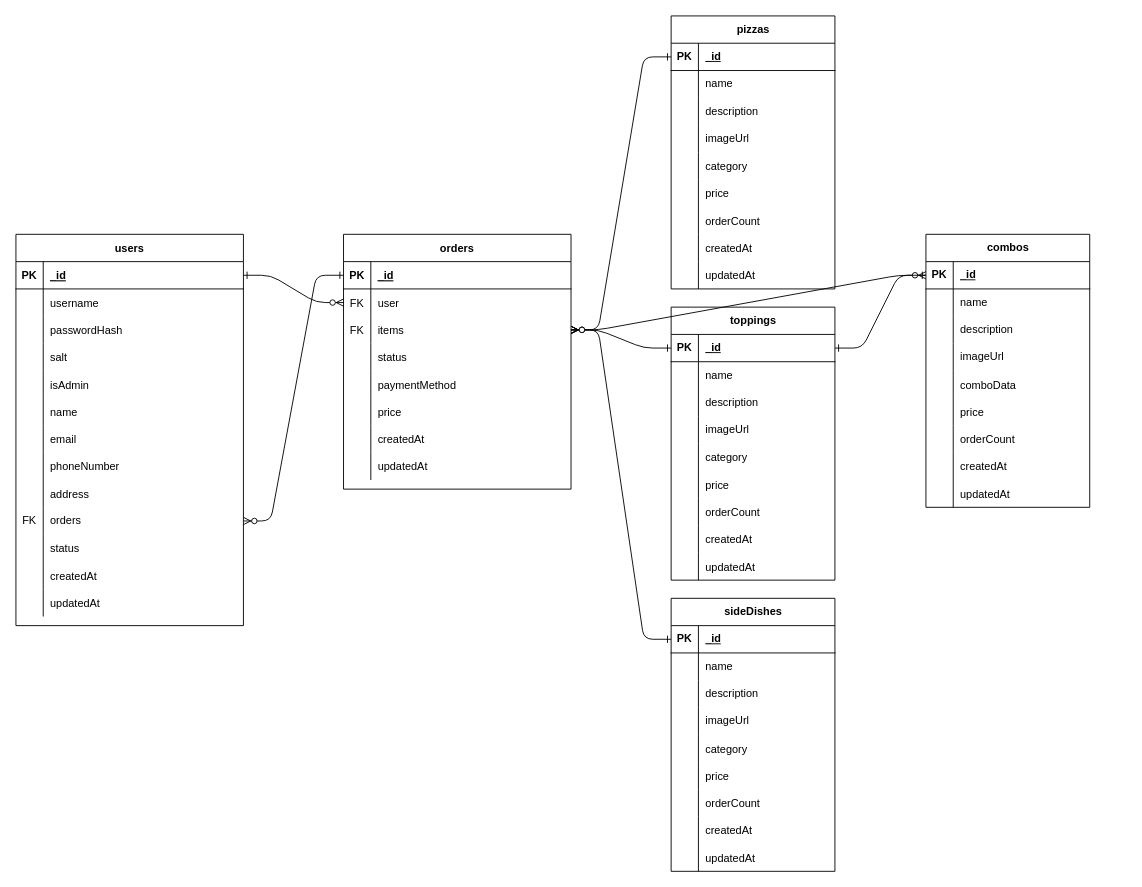
binonhq/PizzaHust keeps this draw.io diagram as api/diagrams/erd.drawio. Above is the earlier version. Source tidied: cells renumbered, new cells numbered last; positions are measured from the earlier drawing's top-left corner, leaving out a move shared by most shapes. Both pictures are drawn from the tidied source at 91%, with x=0, y=0 at pixel (15, 15).
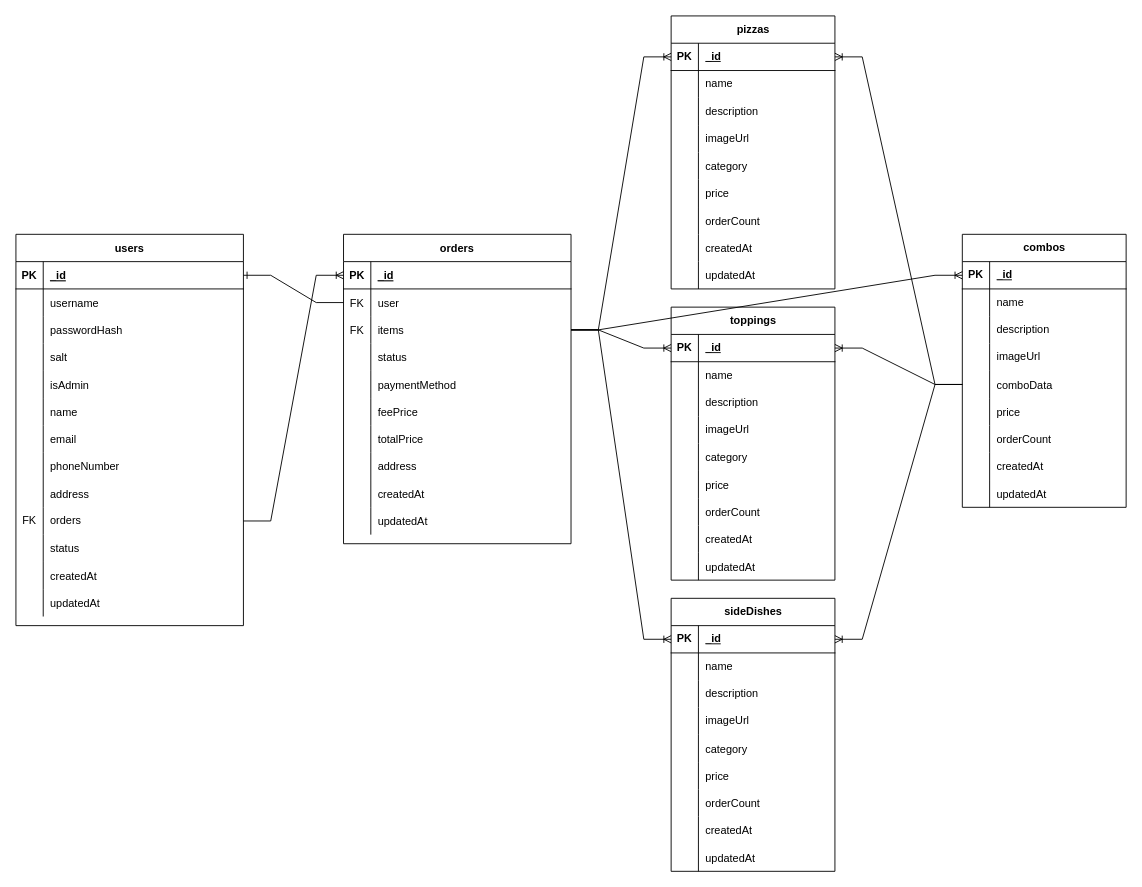
After the change.

Commit message:
modify database diagram

The change refers to these unchanged cells:
```xml
<mxCell id="4" style="shape=partialRectangle;fillColor=none;points=[[0,0.5],[1,0.5]];portConstraint=eastwest;top=0;left=0;right=0;bottom=1;" parent="3" vertex="1">
  <mxGeometry y="30" width="250" height="30" as="geometry" />
</mxCell>
<mxCell id="7" style="shape=partialRectangle;fillColor=none;points=[[0,0.5],[1,0.5]];portConstraint=eastwest;top=0;left=0;right=0;bottom=0;" parent="3" vertex="1">
  <mxGeometry y="60" width="250" height="30" as="geometry" />
</mxCell>
<mxCell id="10" style="shape=partialRectangle;fillColor=none;points=[[0,0.5],[1,0.5]];portConstraint=eastwest;top=0;left=0;right=0;bottom=0;" parent="3" vertex="1">
  <mxGeometry y="90" width="250" height="30" as="geometry" />
</mxCell>
<mxCell id="29" style="shape=partialRectangle;fillColor=none;points=[[0,0.5],[1,0.5]];portConstraint=eastwest;top=0;left=0;right=0;bottom=1;" parent="28" vertex="1">
  <mxGeometry y="30" width="250" height="30" as="geometry" />
</mxCell>
<mxCell id="56" style="shape=tableRow;horizontal=0;startSize=0;swimlaneHead=0;swimlaneBody=0;fillColor=none;points=[[0,0.5],[1,0.5]];portConstraint=eastwest;top=0;left=0;right=0;bottom=0;" parent="28" vertex="1">
  <mxGeometry y="300" width="250" height="30" as="geometry" />
</mxCell>
<mxCell id="70" style="shape=tableRow;horizontal=0;startSize=0;swimlaneHead=0;swimlaneBody=0;fillColor=none;points=[[0,0.5],[1,0.5]];portConstraint=eastwest;top=0;left=0;right=0;bottom=1;" parent="69" vertex="1">
  <mxGeometry y="30" width="180" height="30" as="geometry" />
</mxCell>
<mxCell id="99" style="shape=tableRow;horizontal=0;startSize=0;swimlaneHead=0;swimlaneBody=0;fillColor=none;points=[[0,0.5],[1,0.5]];portConstraint=eastwest;top=0;left=0;right=0;bottom=1;" parent="98" vertex="1">
  <mxGeometry y="30" width="180" height="30" as="geometry" />
</mxCell>
<mxCell id="127" style="shape=tableRow;horizontal=0;startSize=0;swimlaneHead=0;swimlaneBody=0;fillColor=none;points=[[0,0.5],[1,0.5]];portConstraint=eastwest;top=0;left=0;right=0;bottom=1;" parent="126" vertex="1">
  <mxGeometry y="30" width="180" height="30" as="geometry" />
</mxCell>
<mxCell id="155" style="shape=tableRow;horizontal=0;startSize=0;swimlaneHead=0;swimlaneBody=0;fillColor=none;points=[[0,0.5],[1,0.5]];portConstraint=eastwest;top=0;left=0;right=0;bottom=1;" parent="154" vertex="1">
  <mxGeometry y="30" width="180" height="30" as="geometry" />
</mxCell>
<mxCell id="167" style="shape=tableRow;horizontal=0;startSize=0;swimlaneHead=0;swimlaneBody=0;fillColor=none;points=[[0,0.5],[1,0.5]];portConstraint=eastwest;top=0;left=0;right=0;bottom=0;" parent="154" vertex="1">
  <mxGeometry y="150" width="180" height="30" as="geometry" />
</mxCell>
```

What changed in the source:
```diff
@@
-    <mxCell id="2" style="edgeStyle=entityRelationEdgeStyle;endArrow=ERzeroToMany;startArrow=ERone;endFill=1;startFill=0;exitX=1;exitY=0.5;exitDx=0;exitDy=0;" parent="1" edge="1" source="29" target="7">
-      <mxGeometry relative="1" as="geometry" />
-    </mxCell>
     <mxCell id="3" value="orders" style="shape=table;startSize=30;childLayout=tableLayout;rowLines=0;fontStyle=1;align=center;" parent="1" vertex="1">
-      <mxGeometry x="360" y="240" width="250" height="280" as="geometry" />
+      <mxGeometry x="360" y="240" width="250" height="340" as="geometry" />
     </mxCell>
@@
+    <mxCell id="186" style="shape=tableRow;horizontal=0;startSize=0;swimlaneHead=0;swimlaneBody=0;fillColor=none;top=0;left=0;right=0;bottom=0;" parent="3" vertex="1">
+      <mxGeometry y="180" width="250" height="30" as="geometry" />
+    </mxCell>
+    <mxCell id="187" style="shape=partialRectangle;fillColor=none;top=0;left=0;bottom=0;right=0;overflow=hidden;" parent="186" vertex="1">
+      <mxGeometry width="30" height="30" as="geometry" />
+    </mxCell>
+    <mxCell id="188" value="feePrice" style="shape=partialRectangle;fillColor=none;top=0;left=0;bottom=0;right=0;align=left;spacingLeft=6;overflow=hidden;" parent="186" vertex="1">
+      <mxGeometry x="30" width="220" height="30" as="geometry" />
+    </mxCell>
     <mxCell id="19" style="shape=tableRow;horizontal=0;startSize=0;swimlaneHead=0;swimlaneBody=0;fillColor=none;top=0;left=0;right=0;bottom=0;" parent="3" vertex="1">
-      <mxGeometry y="180" width="250" height="30" as="geometry" />
+      <mxGeometry y="210" width="250" height="30" as="geometry" />
     </mxCell>
@@
-    <mxCell id="21" value="price" style="shape=partialRectangle;fillColor=none;top=0;left=0;bottom=0;right=0;align=left;spacingLeft=6;overflow=hidden;" parent="19" vertex="1">
+    <mxCell id="21" value="totalPrice" style="shape=partialRectangle;fillColor=none;top=0;left=0;bottom=0;right=0;align=left;spacingLeft=6;overflow=hidden;" parent="19" vertex="1">
       <mxGeometry x="30" width="220" height="30" as="geometry" />
     </mxCell>
+    <mxCell id="189" style="shape=tableRow;horizontal=0;startSize=0;swimlaneHead=0;swimlaneBody=0;fillColor=none;top=0;left=0;right=0;bottom=0;" parent="3" vertex="1">
+      <mxGeometry y="240" width="250" height="30" as="geometry" />
+    </mxCell>
+    <mxCell id="190" style="shape=partialRectangle;fillColor=none;top=0;left=0;bottom=0;right=0;overflow=hidden;" parent="189" vertex="1">
+      <mxGeometry width="30" height="30" as="geometry" />
+    </mxCell>
+    <mxCell id="191" value="address" style="shape=partialRectangle;fillColor=none;top=0;left=0;bottom=0;right=0;align=left;spacingLeft=6;overflow=hidden;" parent="189" vertex="1">
+      <mxGeometry x="30" width="220" height="30" as="geometry" />
+    </mxCell>
     <mxCell id="22" style="shape=tableRow;horizontal=0;startSize=0;swimlaneHead=0;swimlaneBody=0;fillColor=none;top=0;left=0;right=0;bottom=0;" parent="3" vertex="1">
-      <mxGeometry y="210" width="250" height="30" as="geometry" />
+      <mxGeometry y="270" width="250" height="30" as="geometry" />
     </mxCell>
@@
     <mxCell id="25" style="shape=tableRow;horizontal=0;startSize=0;swimlaneHead=0;swimlaneBody=0;fillColor=none;top=0;left=0;right=0;bottom=0;" parent="3" vertex="1">
-      <mxGeometry y="240" width="250" height="30" as="geometry" />
+      <mxGeometry y="300" width="250" height="30" as="geometry" />
     </mxCell>
@@
-    <mxCell id="68" style="edgeStyle=entityRelationEdgeStyle;endArrow=ERzeroToMany;startArrow=ERone;endFill=1;startFill=0;exitX=0;exitY=0.5;exitDx=0;exitDy=0;entryX=1;entryY=0.5;entryDx=0;entryDy=0;" parent="1" edge="1" source="4" target="56">
-      <mxGeometry relative="1" as="geometry" />
-    </mxCell>
@@
-    <mxCell id="97" style="edgeStyle=entityRelationEdgeStyle;endArrow=ERzeroToMany;startArrow=ERone;endFill=1;startFill=0;exitX=0;exitY=0.5;exitDx=0;exitDy=0;entryX=1;entryY=0.5;entryDx=0;entryDy=0;" parent="1" edge="1" source="70" target="10">
-      <mxGeometry relative="1" as="geometry" />
-    </mxCell>
@@
     <mxCell id="154" value="combos" style="shape=table;startSize=30;childLayout=tableLayout;rowLines=0;fontStyle=1;align=center;html=1;" parent="1" vertex="1">
-      <mxGeometry x="1000" y="240" width="180" height="300" as="geometry" />
+      <mxGeometry x="1040" y="240" width="180" height="300" as="geometry" />
     </mxCell>
@@
-    <mxCell id="182" style="edgeStyle=entityRelationEdgeStyle;endArrow=ERzeroToMany;startArrow=ERone;endFill=1;startFill=0;entryX=1;entryY=0.5;entryDx=0;entryDy=0;exitX=0;exitY=0.5;exitDx=0;exitDy=0;" parent="1" edge="1" source="99" target="10">
-      <mxGeometry relative="1" as="geometry" />
-    </mxCell>
-    <mxCell id="183" style="edgeStyle=entityRelationEdgeStyle;endArrow=ERzeroToMany;startArrow=ERone;endFill=1;startFill=0;entryX=1;entryY=0.5;entryDx=0;entryDy=0;exitX=0;exitY=0.5;exitDx=0;exitDy=0;" parent="1" edge="1" source="127" target="10">
-      <mxGeometry relative="1" as="geometry" />
-    </mxCell>
-    <mxCell id="184" style="edgeStyle=entityRelationEdgeStyle;endArrow=ERzeroToMany;startArrow=ERone;endFill=1;startFill=0;entryX=0;entryY=0.5;entryDx=0;entryDy=0;exitX=1;exitY=0.5;exitDx=0;exitDy=0;" parent="1" edge="1" source="99" target="155">
-      <mxGeometry relative="1" as="geometry" />
-    </mxCell>
-    <mxCell id="185" style="edgeStyle=entityRelationEdgeStyle;endArrow=ERzeroToMany;startArrow=ERone;endFill=1;startFill=0;entryX=1;entryY=0.5;entryDx=0;entryDy=0;exitX=0;exitY=0.5;exitDx=0;exitDy=0;" parent="1" edge="1" source="155" target="10">
-      <mxGeometry relative="1" as="geometry" />
-    </mxCell>
+    <mxCell id="192" style="edgeStyle=entityRelationEdgeStyle;fontSize=12;html=1;endArrow=ERone;endFill=1;rounded=0;exitX=0;exitY=0.5;exitDx=0;exitDy=0;entryX=1;entryY=0.5;entryDx=0;entryDy=0;" parent="1" edge="1" source="7" target="29">
+      <mxGeometry relative="1" as="geometry" />
+    </mxCell>
+    <mxCell id="193" style="edgeStyle=entityRelationEdgeStyle;fontSize=12;html=1;endArrow=ERoneToMany;rounded=0;" parent="1" edge="1" source="56" target="4">
+      <mxGeometry relative="1" as="geometry" />
+    </mxCell>
+    <mxCell id="194" style="edgeStyle=entityRelationEdgeStyle;fontSize=12;html=1;endArrow=ERoneToMany;rounded=0;" parent="1" edge="1" source="10" target="70">
+      <mxGeometry relative="1" as="geometry" />
+    </mxCell>
+    <mxCell id="195" style="edgeStyle=entityRelationEdgeStyle;fontSize=12;html=1;endArrow=ERoneToMany;rounded=0;" parent="1" edge="1" source="10" target="99">
+      <mxGeometry relative="1" as="geometry" />
+    </mxCell>
+    <mxCell id="196" style="edgeStyle=entityRelationEdgeStyle;fontSize=12;html=1;endArrow=ERoneToMany;rounded=0;" parent="1" edge="1" source="10" target="127">
+      <mxGeometry relative="1" as="geometry" />
+    </mxCell>
+    <mxCell id="197" style="edgeStyle=entityRelationEdgeStyle;fontSize=12;html=1;endArrow=ERoneToMany;rounded=0;" parent="1" edge="1" source="167" target="127">
+      <mxGeometry relative="1" as="geometry" />
+    </mxCell>
+    <mxCell id="198" style="edgeStyle=entityRelationEdgeStyle;fontSize=12;html=1;endArrow=ERoneToMany;rounded=0;" parent="1" edge="1" source="167" target="70">
+      <mxGeometry relative="1" as="geometry" />
+    </mxCell>
+    <mxCell id="199" style="edgeStyle=entityRelationEdgeStyle;fontSize=12;html=1;endArrow=ERoneToMany;rounded=0;" parent="1" edge="1" source="167" target="99">
+      <mxGeometry relative="1" as="geometry" />
+    </mxCell>
+    <mxCell id="200" style="edgeStyle=entityRelationEdgeStyle;fontSize=12;html=1;endArrow=ERoneToMany;rounded=0;" parent="1" edge="1" source="10" target="155">
+      <mxGeometry relative="1" as="geometry" />
+    </mxCell>
```
